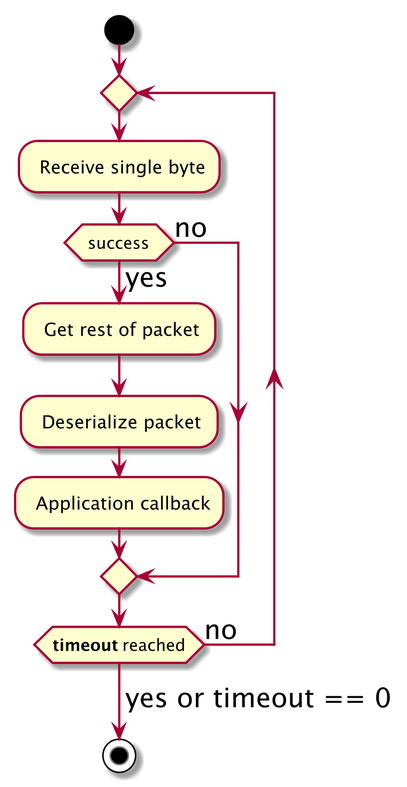
The PlantUML diagram FreeRTOS/FreeRTOS-Plus/Source/Application-Protocols/coreMQTT/docs/plantuml/images/mqtt_receiveloop_design.png in Embedbits/Middlewares-FreeRTOS, before a commit.
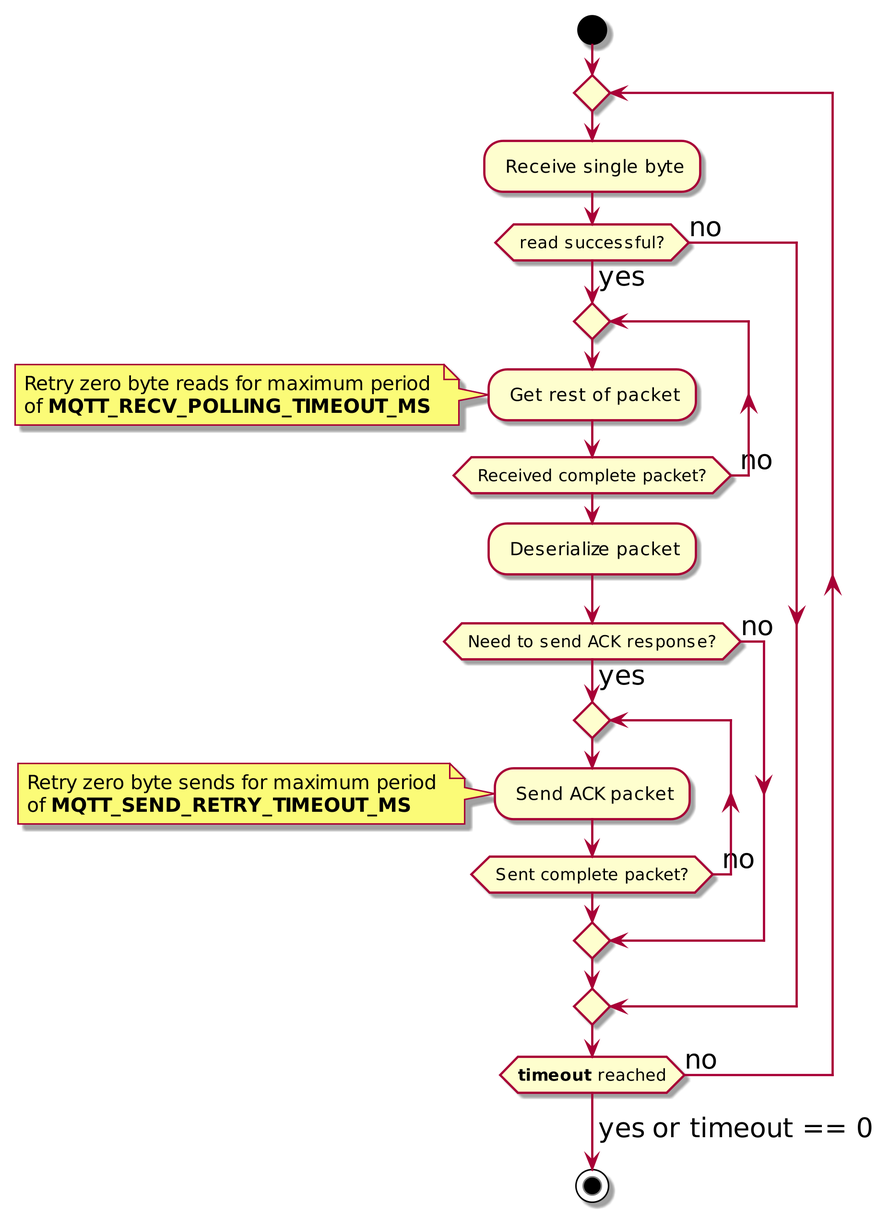
After the change.

What changed in the source:
```diff
@@ -6,10 +6,19 @@
 
 repeat
 	: Receive single byte;
-    if( success ) then (yes)
-     	: Get rest of packet;
+    if( read successful? ) then (yes)
+    	repeat
+     		: Get rest of packet;
+            note left: Retry zero byte reads for maximum period \nof **MQTT_RECV_POLLING_TIMEOUT_MS**
+        repeat while( Received complete packet? ) is ( no )
     	: Deserialize packet;
-        : Application callback;
+        if ( Need to send ACK response? ) then (yes)
+            repeat
+            	: Send ACK packet;
+                note left: Retry zero byte sends for maximum period \nof **MQTT_SEND_RETRY_TIMEOUT_MS**
+            repeat while( Sent complete packet? ) is ( no )
+        else (no)
+        endif
     else (no)
     endif
 
```
